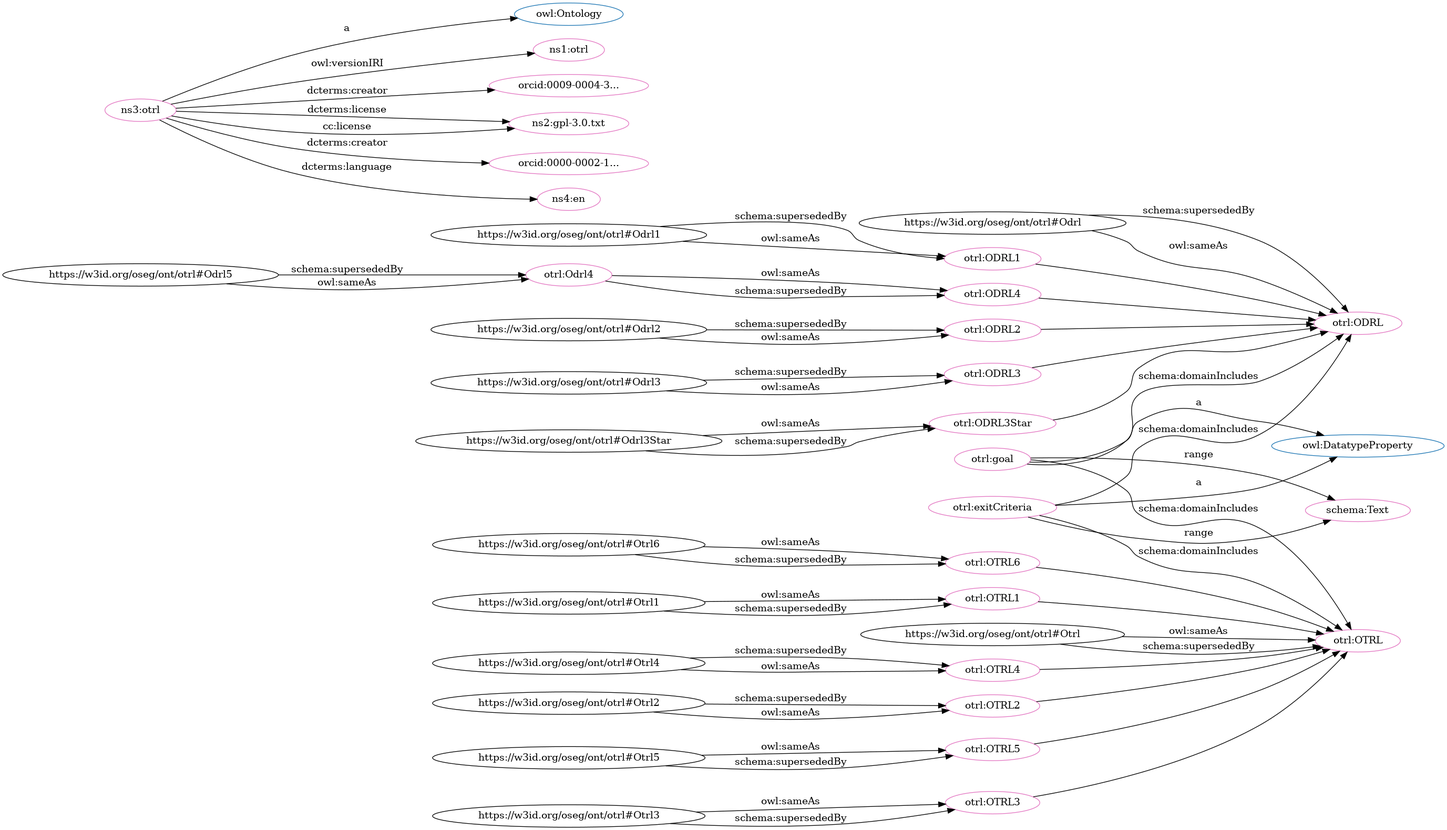
Earlier version of the Graphviz export dot_OTRL.png (OPEN-NEXT/OKH-LOSH). Its source is kept beside it as dot_OTRL.dot.
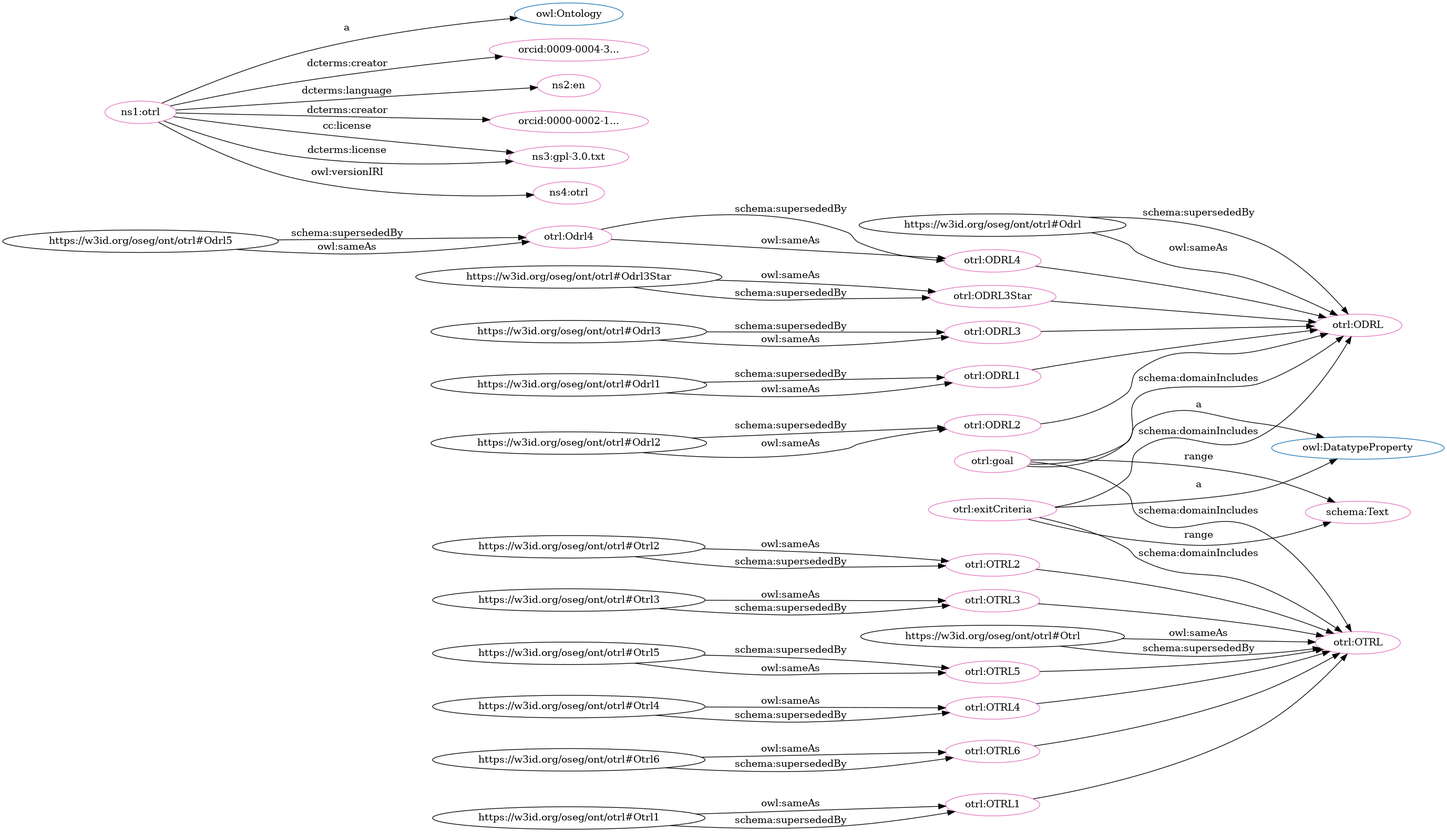
After the change.

The edit, as a diff of the source:
```diff
@@ -1,96 +1,96 @@
 digraph G {
   rankdir=BT
   node[height=.3]
+"https://w3id.org/oseg/ont/otrl#ODRL" [fillcolor="#1f77b4" color="#1f77b4" label="otrl:ODRL"]
+"https://w3id.org/oseg/ont/otrl#OTRL2" [fillcolor="#1f77b4" color="#1f77b4" label="otrl:OTRL2"]
+"https://w3id.org/oseg/ont/otrl#ODRL4" [fillcolor="#1f77b4" color="#1f77b4" label="otrl:ODRL4"]
+"http://www.w3.org/2002/07/owl#DatatypeProperty" [fillcolor="#1f77b4" color="#1f77b4" label="owl:DatatypeProperty"]
+"http://www.w3.org/2002/07/owl#Ontology" [fillcolor="#1f77b4" color="#1f77b4" label="owl:Ontology"]
+"https://w3id.org/oseg/ont/otrl#OTRL3" [fillcolor="#1f77b4" color="#1f77b4" label="otrl:OTRL3"]
+"https://w3id.org/oseg/ont/otrl#OTRL5" [fillcolor="#1f77b4" color="#1f77b4" label="otrl:OTRL5"]
+"https://w3id.org/oseg/ont/otrl#ODRL3Star" [fillcolor="#1f77b4" color="#1f77b4" label="otrl:ODRL3Star"]
+"https://w3id.org/oseg/ont/otrl#ODRL3" [fillcolor="#1f77b4" color="#1f77b4" label="otrl:ODRL3"]
+"https://w3id.org/oseg/ont/otrl#OTRL4" [fillcolor="#1f77b4" color="#1f77b4" label="otrl:OTRL4"]
+"https://w3id.org/oseg/ont/otrl#OTRL6" [fillcolor="#1f77b4" color="#1f77b4" label="otrl:OTRL6"]
 "https://w3id.org/oseg/ont/otrl#ODRL1" [fillcolor="#1f77b4" color="#1f77b4" label="otrl:ODRL1"]
-"https://w3id.org/oseg/ont/otrl#OTRL6" [fillcolor="#1f77b4" color="#1f77b4" label="otrl:OTRL6"]
+"https://w3id.org/oseg/ont/otrl#OTRL" [fillcolor="#1f77b4" color="#1f77b4" label="otrl:OTRL"]
+"https://w3id.org/oseg/ont/otrl#ODRL2" [fillcolor="#1f77b4" color="#1f77b4" label="otrl:ODRL2"]
 "https://w3id.org/oseg/ont/otrl#OTRL1" [fillcolor="#1f77b4" color="#1f77b4" label="otrl:OTRL1"]
-"https://w3id.org/oseg/ont/otrl#ODRL4" [fillcolor="#1f77b4" color="#1f77b4" label="otrl:ODRL4"]
-"https://w3id.org/oseg/ont/otrl#ODRL2" [fillcolor="#1f77b4" color="#1f77b4" label="otrl:ODRL2"]
-"http://www.w3.org/2002/07/owl#DatatypeProperty" [fillcolor="#1f77b4" color="#1f77b4" label="owl:DatatypeProperty"]
-"https://w3id.org/oseg/ont/otrl#ODRL" [fillcolor="#1f77b4" color="#1f77b4" label="otrl:ODRL"]
-"https://w3id.org/oseg/ont/otrl#OTRL4" [fillcolor="#1f77b4" color="#1f77b4" label="otrl:OTRL4"]
-"https://w3id.org/oseg/ont/otrl#OTRL2" [fillcolor="#1f77b4" color="#1f77b4" label="otrl:OTRL2"]
-"http://www.w3.org/2002/07/owl#Ontology" [fillcolor="#1f77b4" color="#1f77b4" label="owl:Ontology"]
-"https://w3id.org/oseg/ont/otrl#OTRL5" [fillcolor="#1f77b4" color="#1f77b4" label="otrl:OTRL5"]
-"https://w3id.org/oseg/ont/otrl#ODRL3" [fillcolor="#1f77b4" color="#1f77b4" label="otrl:ODRL3"]
-"https://w3id.org/oseg/ont/otrl#ODRL3Star" [fillcolor="#1f77b4" color="#1f77b4" label="otrl:ODRL3Star"]
-"https://w3id.org/oseg/ont/otrl#OTRL3" [fillcolor="#1f77b4" color="#1f77b4" label="otrl:OTRL3"]
-"https://w3id.org/oseg/ont/otrl#OTRL" [fillcolor="#1f77b4" color="#1f77b4" label="otrl:OTRL"]
+"http://schema.org/Text" [fillcolor="#e377c2" color="#e377c2" label="schema:Text"]
+"https://w3id.org/oseg/ont/otrl#ODRL3Star" [fillcolor="#e377c2" color="#e377c2" label="otrl:ODRL3Star"]
+"https://w3id.org/oseg/ont/otrl#OTRL4" [fillcolor="#e377c2" color="#e377c2" label="otrl:OTRL4"]
+"https://w3id.org/oseg/ont/otrl#OTRL6" [fillcolor="#e377c2" color="#e377c2" label="otrl:OTRL6"]
+"https://w3id.org/oseg/ont/otrl#ODRL1" [fillcolor="#e377c2" color="#e377c2" label="otrl:ODRL1"]
+"https://w3id.org/oseg/ont/otrl#OTRL" [fillcolor="#e377c2" color="#e377c2" label="otrl:OTRL"]
+"https://w3id.org/oseg/ont/otrl#ODRL" [fillcolor="#e377c2" color="#e377c2" label="otrl:ODRL"]
+"https://orcid.org/0009-0004-3559-6542" [fillcolor="#e377c2" color="#e377c2" label="orcid:0009-0004-3..."]
 "https://w3id.org/oseg/ont/otrl#ODRL2" [fillcolor="#e377c2" color="#e377c2" label="otrl:ODRL2"]
-"https://w3id.org/oseg/ont/otrl#ODRL" [fillcolor="#e377c2" color="#e377c2" label="otrl:ODRL"]
-"https://w3id.org/oseg/ont/otrl#OTRL" [fillcolor="#e377c2" color="#e377c2" label="otrl:OTRL"]
+"https://w3id.org/oseg/ont/otrl#OTRL2" [fillcolor="#e377c2" color="#e377c2" label="otrl:OTRL2"]
+"https://w3id.org/oseg/ont/otrl" [fillcolor="#e377c2" color="#e377c2" label="ns1:otrl"]
+"https://w3id.org/oseg/ont/otrl#OTRL5" [fillcolor="#e377c2" color="#e377c2" label="otrl:OTRL5"]
+"https://w3id.org/oseg/ont/otrl#ODRL4" [fillcolor="#e377c2" color="#e377c2" label="otrl:ODRL4"]
+"http://id.loc.gov/vocabulary/iso639-1/en" [fillcolor="#e377c2" color="#e377c2" label="ns2:en"]
 "https://w3id.org/oseg/ont/otrl#goal" [fillcolor="#e377c2" color="#e377c2" label="otrl:goal"]
+"https://w3id.org/oseg/ont/otrl#ODRL3" [fillcolor="#e377c2" color="#e377c2" label="otrl:ODRL3"]
+"https://orcid.org/0000-0002-1611-7129" [fillcolor="#e377c2" color="#e377c2" label="orcid:0000-0002-1..."]
+"https://w3id.org/oseg/ont/otrl#OTRL3" [fillcolor="#e377c2" color="#e377c2" label="otrl:OTRL3"]
+"https://w3id.org/oseg/ont/otrl#Odrl4" [fillcolor="#e377c2" color="#e377c2" label="otrl:Odrl4"]
+"https://www.gnu.org/licenses/gpl-3.0.txt" [fillcolor="#e377c2" color="#e377c2" label="ns3:gpl-3.0.txt"]
+"https://w3id.org/oseg/ont/otrl#OTRL1" [fillcolor="#e377c2" color="#e377c2" label="otrl:OTRL1"]
+"https://w3id.org/oseg/ont/1.1.0/otrl" [fillcolor="#e377c2" color="#e377c2" label="ns4:otrl"]
 "https://w3id.org/oseg/ont/otrl#exitCriteria" [fillcolor="#e377c2" color="#e377c2" label="otrl:exitCriteria"]
-"https://w3id.org/oseg/ont/otrl#OTRL4" [fillcolor="#e377c2" color="#e377c2" label="otrl:OTRL4"]
-"https://w3id.org/oseg/ont/1.1.0/otrl" [fillcolor="#e377c2" color="#e377c2" label="ns1:otrl"]
-"http://schema.org/Text" [fillcolor="#e377c2" color="#e377c2" label="schema:Text"]
-"https://orcid.org/0009-0004-3559-6542" [fillcolor="#e377c2" color="#e377c2" label="orcid:0009-0004-3..."]
-"https://w3id.org/oseg/ont/otrl#OTRL5" [fillcolor="#e377c2" color="#e377c2" label="otrl:OTRL5"]
-"https://www.gnu.org/licenses/gpl-3.0.txt" [fillcolor="#e377c2" color="#e377c2" label="ns2:gpl-3.0.txt"]
-"https://w3id.org/oseg/ont/otrl" [fillcolor="#e377c2" color="#e377c2" label="ns3:otrl"]
-"https://w3id.org/oseg/ont/otrl#ODRL3Star" [fillcolor="#e377c2" color="#e377c2" label="otrl:ODRL3Star"]
-"https://w3id.org/oseg/ont/otrl#OTRL1" [fillcolor="#e377c2" color="#e377c2" label="otrl:OTRL1"]
-"https://w3id.org/oseg/ont/otrl#ODRL4" [fillcolor="#e377c2" color="#e377c2" label="otrl:ODRL4"]
-"https://w3id.org/oseg/ont/otrl#OTRL2" [fillcolor="#e377c2" color="#e377c2" label="otrl:OTRL2"]
-"https://w3id.org/oseg/ont/otrl#OTRL6" [fillcolor="#e377c2" color="#e377c2" label="otrl:OTRL6"]
-"https://w3id.org/oseg/ont/otrl#ODRL3" [fillcolor="#e377c2" color="#e377c2" label="otrl:ODRL3"]
-"https://w3id.org/oseg/ont/otrl#OTRL3" [fillcolor="#e377c2" color="#e377c2" label="otrl:OTRL3"]
-"https://orcid.org/0000-0002-1611-7129" [fillcolor="#e377c2" color="#e377c2" label="orcid:0000-0002-1..."]
-"https://w3id.org/oseg/ont/otrl#Odrl4" [fillcolor="#e377c2" color="#e377c2" label="otrl:Odrl4"]
-"https://w3id.org/oseg/ont/otrl#ODRL1" [fillcolor="#e377c2" color="#e377c2" label="otrl:ODRL1"]
-"http://id.loc.gov/vocabulary/iso639-1/en" [fillcolor="#e377c2" color="#e377c2" label="ns4:en"]
+  "https://w3id.org/oseg/ont/otrl#goal" -> "http://schema.org/Text" [label="range"]
+  "https://w3id.org/oseg/ont/otrl#Odrl3Star" -> "https://w3id.org/oseg/ont/otrl#ODRL3Star" [label="owl:sameAs"]
+  "https://w3id.org/oseg/ont/otrl#Otrl4" -> "https://w3id.org/oseg/ont/otrl#OTRL4" [label="owl:sameAs"]
+  "https://w3id.org/oseg/ont/otrl#Otrl6" -> "https://w3id.org/oseg/ont/otrl#OTRL6" [label="owl:sameAs"]
+  "https://w3id.org/oseg/ont/otrl#Odrl1" -> "https://w3id.org/oseg/ont/otrl#ODRL1" [label="schema:supersededBy"]
+  "https://w3id.org/oseg/ont/otrl#Otrl4" -> "https://w3id.org/oseg/ont/otrl#OTRL4" [label="schema:supersededBy"]
+  "https://w3id.org/oseg/ont/otrl#OTRL5" -> "https://w3id.org/oseg/ont/otrl#OTRL" [label=""]
+  "https://w3id.org/oseg/ont/otrl#Otrl" -> "https://w3id.org/oseg/ont/otrl#OTRL" [label="owl:sameAs"]
+  "https://w3id.org/oseg/ont/otrl#Odrl" -> "https://w3id.org/oseg/ont/otrl#ODRL" [label="owl:sameAs"]
+  "https://w3id.org/oseg/ont/otrl" -> "https://orcid.org/0009-0004-3559-6542" [label="dcterms:creator"]
   "https://w3id.org/oseg/ont/otrl#Odrl2" -> "https://w3id.org/oseg/ont/otrl#ODRL2" [label="schema:supersededBy"]
+  "https://w3id.org/oseg/ont/otrl#goal" -> "https://w3id.org/oseg/ont/otrl#ODRL" [label="schema:domainIncludes"]
+  "https://w3id.org/oseg/ont/otrl#Otrl2" -> "https://w3id.org/oseg/ont/otrl#OTRL2" [label="owl:sameAs"]
+  "https://w3id.org/oseg/ont/otrl" -> "http://www.w3.org/2002/07/owl#Ontology" [label="a"]
+  "https://w3id.org/oseg/ont/otrl#exitCriteria" -> "https://w3id.org/oseg/ont/otrl#OTRL" [label="schema:domainIncludes"]
+  "https://w3id.org/oseg/ont/otrl#Otrl5" -> "https://w3id.org/oseg/ont/otrl#OTRL5" [label="schema:supersededBy"]
   "https://w3id.org/oseg/ont/otrl#ODRL4" -> "https://w3id.org/oseg/ont/otrl#ODRL" [label=""]
-  "https://w3id.org/oseg/ont/otrl#OTRL2" -> "https://w3id.org/oseg/ont/otrl#OTRL" [label=""]
-  "https://w3id.org/oseg/ont/otrl#OTRL4" -> "https://w3id.org/oseg/ont/otrl#OTRL" [label=""]
-  "https://w3id.org/oseg/ont/otrl#ODRL2" -> "https://w3id.org/oseg/ont/otrl#ODRL" [label=""]
+  "https://w3id.org/oseg/ont/otrl#Odrl4" -> "https://w3id.org/oseg/ont/otrl#ODRL4" [label="schema:supersededBy"]
+  "https://w3id.org/oseg/ont/otrl" -> "http://id.loc.gov/vocabulary/iso639-1/en" [label="dcterms:language"]
   "https://w3id.org/oseg/ont/otrl#goal" -> "http://www.w3.org/2002/07/owl#DatatypeProperty" [label="a"]
-  "https://w3id.org/oseg/ont/otrl#goal" -> "https://w3id.org/oseg/ont/otrl#OTRL" [label="schema:domainIncludes"]
-  "https://w3id.org/oseg/ont/otrl#exitCriteria" -> "http://www.w3.org/2002/07/owl#DatatypeProperty" [label="a"]
-  "https://w3id.org/oseg/ont/otrl#Otrl4" -> "https://w3id.org/oseg/ont/otrl#OTRL4" [label="schema:supersededBy"]
-  "https://w3id.org/oseg/ont/otrl#Odrl" -> "https://w3id.org/oseg/ont/otrl#ODRL" [label="owl:sameAs"]
-  "https://w3id.org/oseg/ont/otrl#Otrl4" -> "https://w3id.org/oseg/ont/otrl#OTRL4" [label="owl:sameAs"]
-  "https://w3id.org/oseg/ont/otrl" -> "https://w3id.org/oseg/ont/1.1.0/otrl" [label="owl:versionIRI"]
   "https://w3id.org/oseg/ont/otrl#exitCriteria" -> "http://schema.org/Text" [label="range"]
-  "https://w3id.org/oseg/ont/otrl" -> "https://orcid.org/0009-0004-3559-6542" [label="dcterms:creator"]
-  "https://w3id.org/oseg/ont/otrl#Otrl5" -> "https://w3id.org/oseg/ont/otrl#OTRL5" [label="owl:sameAs"]
-  "https://w3id.org/oseg/ont/otrl#Otrl5" -> "https://w3id.org/oseg/ont/otrl#OTRL5" [label="schema:supersededBy"]
-  "https://w3id.org/oseg/ont/otrl" -> "https://www.gnu.org/licenses/gpl-3.0.txt" [label="dcterms:license"]
-  "https://w3id.org/oseg/ont/otrl" -> "http://www.w3.org/2002/07/owl#Ontology" [label="a"]
-  "https://w3id.org/oseg/ont/otrl#Odrl3Star" -> "https://w3id.org/oseg/ont/otrl#ODRL3Star" [label="owl:sameAs"]
-  "https://w3id.org/oseg/ont/otrl#Odrl3Star" -> "https://w3id.org/oseg/ont/otrl#ODRL3Star" [label="schema:supersededBy"]
-  "https://w3id.org/oseg/ont/otrl#OTRL3" -> "https://w3id.org/oseg/ont/otrl#OTRL" [label=""]
-  "https://w3id.org/oseg/ont/otrl#goal" -> "https://w3id.org/oseg/ont/otrl#ODRL" [label="schema:domainIncludes"]
-  "https://w3id.org/oseg/ont/otrl#Otrl1" -> "https://w3id.org/oseg/ont/otrl#OTRL1" [label="owl:sameAs"]
-  "https://w3id.org/oseg/ont/otrl#ODRL1" -> "https://w3id.org/oseg/ont/otrl#ODRL" [label=""]
-  "https://w3id.org/oseg/ont/otrl#Odrl4" -> "https://w3id.org/oseg/ont/otrl#ODRL4" [label="owl:sameAs"]
-  "https://w3id.org/oseg/ont/otrl#Odrl" -> "https://w3id.org/oseg/ont/otrl#ODRL" [label="schema:supersededBy"]
-  "https://w3id.org/oseg/ont/otrl#Otrl2" -> "https://w3id.org/oseg/ont/otrl#OTRL2" [label="schema:supersededBy"]
-  "https://w3id.org/oseg/ont/otrl#Otrl2" -> "https://w3id.org/oseg/ont/otrl#OTRL2" [label="owl:sameAs"]
-  "https://w3id.org/oseg/ont/otrl#Otrl6" -> "https://w3id.org/oseg/ont/otrl#OTRL6" [label="owl:sameAs"]
-  "https://w3id.org/oseg/ont/otrl#Odrl3" -> "https://w3id.org/oseg/ont/otrl#ODRL3" [label="schema:supersededBy"]
-  "https://w3id.org/oseg/ont/otrl#Otrl6" -> "https://w3id.org/oseg/ont/otrl#OTRL6" [label="schema:supersededBy"]
-  "https://w3id.org/oseg/ont/otrl#Odrl3" -> "https://w3id.org/oseg/ont/otrl#ODRL3" [label="owl:sameAs"]
-  "https://w3id.org/oseg/ont/otrl#Otrl3" -> "https://w3id.org/oseg/ont/otrl#OTRL3" [label="owl:sameAs"]
-  "https://w3id.org/oseg/ont/otrl" -> "https://orcid.org/0000-0002-1611-7129" [label="dcterms:creator"]
-  "https://w3id.org/oseg/ont/otrl#OTRL5" -> "https://w3id.org/oseg/ont/otrl#OTRL" [label=""]
-  "https://w3id.org/oseg/ont/otrl#Odrl5" -> "https://w3id.org/oseg/ont/otrl#Odrl4" [label="schema:supersededBy"]
+  "https://w3id.org/oseg/ont/otrl#ODRL3" -> "https://w3id.org/oseg/ont/otrl#ODRL" [label=""]
   "https://w3id.org/oseg/ont/otrl#OTRL6" -> "https://w3id.org/oseg/ont/otrl#OTRL" [label=""]
-  "https://w3id.org/oseg/ont/otrl#Odrl1" -> "https://w3id.org/oseg/ont/otrl#ODRL1" [label="schema:supersededBy"]
-  "https://w3id.org/oseg/ont/otrl" -> "http://id.loc.gov/vocabulary/iso639-1/en" [label="dcterms:language"]
-  "https://w3id.org/oseg/ont/otrl#Odrl5" -> "https://w3id.org/oseg/ont/otrl#Odrl4" [label="owl:sameAs"]
-  "https://w3id.org/oseg/ont/otrl#Otrl1" -> "https://w3id.org/oseg/ont/otrl#OTRL1" [label="schema:supersededBy"]
-  "https://w3id.org/oseg/ont/otrl#ODRL3" -> "https://w3id.org/oseg/ont/otrl#ODRL" [label=""]
-  "https://w3id.org/oseg/ont/otrl#Odrl2" -> "https://w3id.org/oseg/ont/otrl#ODRL2" [label="owl:sameAs"]
-  "https://w3id.org/oseg/ont/otrl#exitCriteria" -> "https://w3id.org/oseg/ont/otrl#OTRL" [label="schema:domainIncludes"]
-  "https://w3id.org/oseg/ont/otrl#goal" -> "http://schema.org/Text" [label="range"]
-  "https://w3id.org/oseg/ont/otrl#Otrl" -> "https://w3id.org/oseg/ont/otrl#OTRL" [label="owl:sameAs"]
-  "https://w3id.org/oseg/ont/otrl#Otrl" -> "https://w3id.org/oseg/ont/otrl#OTRL" [label="schema:supersededBy"]
-  "https://w3id.org/oseg/ont/otrl#Odrl4" -> "https://w3id.org/oseg/ont/otrl#ODRL4" [label="schema:supersededBy"]
-  "https://w3id.org/oseg/ont/otrl#ODRL3Star" -> "https://w3id.org/oseg/ont/otrl#ODRL" [label=""]
-  "https://w3id.org/oseg/ont/otrl" -> "https://www.gnu.org/licenses/gpl-3.0.txt" [label="cc:license"]
-  "https://w3id.org/oseg/ont/otrl#Otrl3" -> "https://w3id.org/oseg/ont/otrl#OTRL3" [label="schema:supersededBy"]
   "https://w3id.org/oseg/ont/otrl#OTRL1" -> "https://w3id.org/oseg/ont/otrl#OTRL" [label=""]
   "https://w3id.org/oseg/ont/otrl#Odrl1" -> "https://w3id.org/oseg/ont/otrl#ODRL1" [label="owl:sameAs"]
+  "https://w3id.org/oseg/ont/otrl#Odrl3Star" -> "https://w3id.org/oseg/ont/otrl#ODRL3Star" [label="schema:supersededBy"]
+  "https://w3id.org/oseg/ont/otrl#Odrl4" -> "https://w3id.org/oseg/ont/otrl#ODRL4" [label="owl:sameAs"]
+  "https://w3id.org/oseg/ont/otrl#ODRL1" -> "https://w3id.org/oseg/ont/otrl#ODRL" [label=""]
+  "https://w3id.org/oseg/ont/otrl#ODRL2" -> "https://w3id.org/oseg/ont/otrl#ODRL" [label=""]
+  "https://w3id.org/oseg/ont/otrl#Otrl6" -> "https://w3id.org/oseg/ont/otrl#OTRL6" [label="schema:supersededBy"]
+  "https://w3id.org/oseg/ont/otrl#Odrl3" -> "https://w3id.org/oseg/ont/otrl#ODRL3" [label="schema:supersededBy"]
+  "https://w3id.org/oseg/ont/otrl" -> "https://orcid.org/0000-0002-1611-7129" [label="dcterms:creator"]
+  "https://w3id.org/oseg/ont/otrl#Otrl3" -> "https://w3id.org/oseg/ont/otrl#OTRL3" [label="owl:sameAs"]
+  "https://w3id.org/oseg/ont/otrl#ODRL3Star" -> "https://w3id.org/oseg/ont/otrl#ODRL" [label=""]
+  "https://w3id.org/oseg/ont/otrl#Odrl5" -> "https://w3id.org/oseg/ont/otrl#Odrl4" [label="schema:supersededBy"]
+  "https://w3id.org/oseg/ont/otrl#Odrl" -> "https://w3id.org/oseg/ont/otrl#ODRL" [label="schema:supersededBy"]
+  "https://w3id.org/oseg/ont/otrl#OTRL3" -> "https://w3id.org/oseg/ont/otrl#OTRL" [label=""]
+  "https://w3id.org/oseg/ont/otrl#Odrl2" -> "https://w3id.org/oseg/ont/otrl#ODRL2" [label="owl:sameAs"]
+  "https://w3id.org/oseg/ont/otrl" -> "https://www.gnu.org/licenses/gpl-3.0.txt" [label="cc:license"]
   "https://w3id.org/oseg/ont/otrl#exitCriteria" -> "https://w3id.org/oseg/ont/otrl#ODRL" [label="schema:domainIncludes"]
+  "https://w3id.org/oseg/ont/otrl#Otrl2" -> "https://w3id.org/oseg/ont/otrl#OTRL2" [label="schema:supersededBy"]
+  "https://w3id.org/oseg/ont/otrl#OTRL4" -> "https://w3id.org/oseg/ont/otrl#OTRL" [label=""]
+  "https://w3id.org/oseg/ont/otrl#Odrl3" -> "https://w3id.org/oseg/ont/otrl#ODRL3" [label="owl:sameAs"]
+  "https://w3id.org/oseg/ont/otrl" -> "https://www.gnu.org/licenses/gpl-3.0.txt" [label="dcterms:license"]
+  "https://w3id.org/oseg/ont/otrl#Otrl5" -> "https://w3id.org/oseg/ont/otrl#OTRL5" [label="owl:sameAs"]
+  "https://w3id.org/oseg/ont/otrl#Otrl1" -> "https://w3id.org/oseg/ont/otrl#OTRL1" [label="owl:sameAs"]
+  "https://w3id.org/oseg/ont/otrl#goal" -> "https://w3id.org/oseg/ont/otrl#OTRL" [label="schema:domainIncludes"]
+  "https://w3id.org/oseg/ont/otrl#OTRL2" -> "https://w3id.org/oseg/ont/otrl#OTRL" [label=""]
+  "https://w3id.org/oseg/ont/otrl#Otrl1" -> "https://w3id.org/oseg/ont/otrl#OTRL1" [label="schema:supersededBy"]
+  "https://w3id.org/oseg/ont/otrl#Odrl5" -> "https://w3id.org/oseg/ont/otrl#Odrl4" [label="owl:sameAs"]
+  "https://w3id.org/oseg/ont/otrl" -> "https://w3id.org/oseg/ont/1.1.0/otrl" [label="owl:versionIRI"]
+  "https://w3id.org/oseg/ont/otrl#Otrl3" -> "https://w3id.org/oseg/ont/otrl#OTRL3" [label="schema:supersededBy"]
+  "https://w3id.org/oseg/ont/otrl#exitCriteria" -> "http://www.w3.org/2002/07/owl#DatatypeProperty" [label="a"]
+  "https://w3id.org/oseg/ont/otrl#Otrl" -> "https://w3id.org/oseg/ont/otrl#OTRL" [label="schema:supersededBy"]
 }
```
